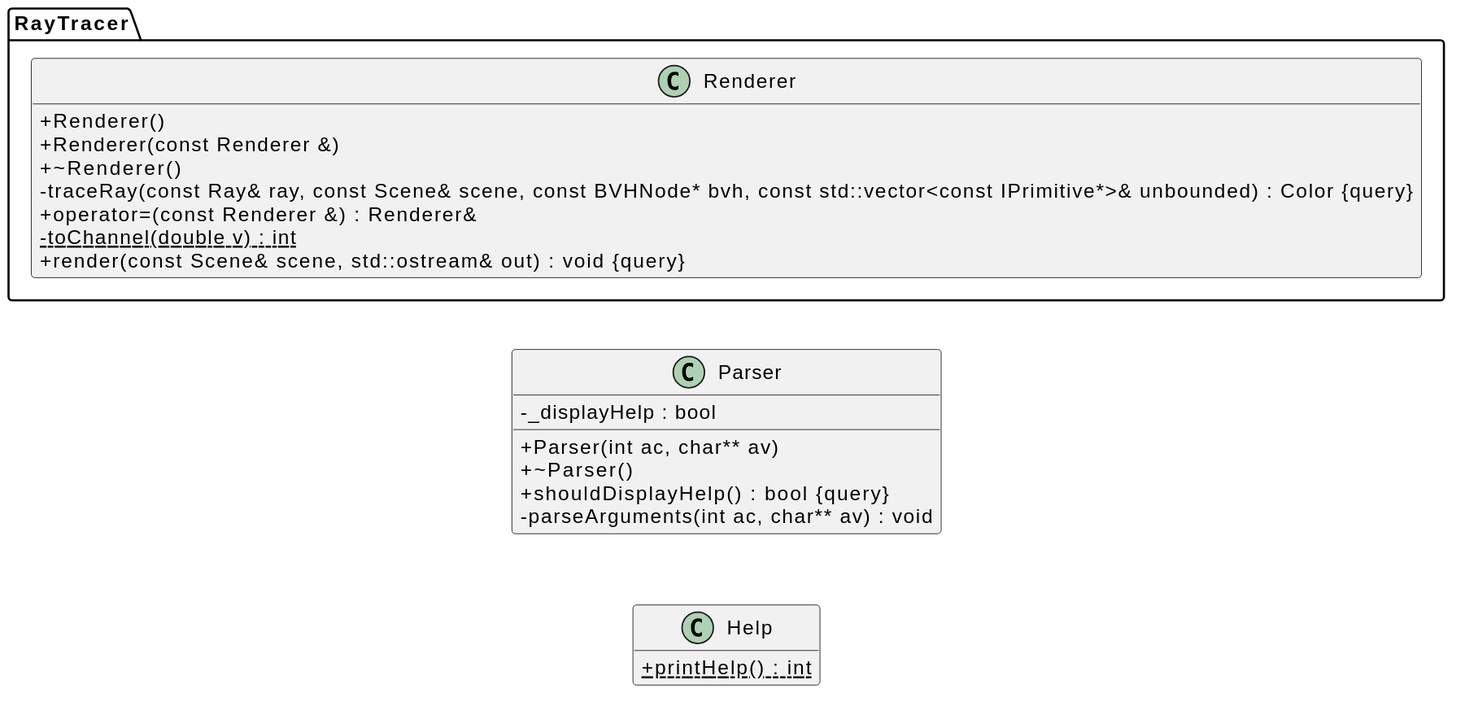
Before: docs/uml/core.svg, a diagram exported from PlantUML (cassydjye/RAYTRACER_CI). Source of this version:
```plantuml
@startuml
skinparam dpi 120
skinparam classAttributeIconSize 0
skinparam nodesep 50
skinparam ranksep 70
skinparam linetype ortho
hide empty members
left to right direction






class Help {
	+{static} printHelp() : int
}


class Parser {
	+Parser(int ac, char** av)
	+~Parser()
	-_displayHelp : bool
	+shouldDisplayHelp() : bool {query}
	-parseArguments(int ac, char** av) : void
}


namespace RayTracer {
	class Renderer {
		+Renderer()
		+Renderer(const Renderer &)
		+~Renderer()
		-traceRay(const Ray& ray, const Scene& scene, const BVHNode* bvh, const std::vector<const IPrimitive*>& unbounded) : Color {query}
		+operator=(const Renderer &) : Renderer&
		-{static} toChannel(double v) : int
		+render(const Scene& scene, std::ostream& out) : void {query}
	}
}














@enduml
```
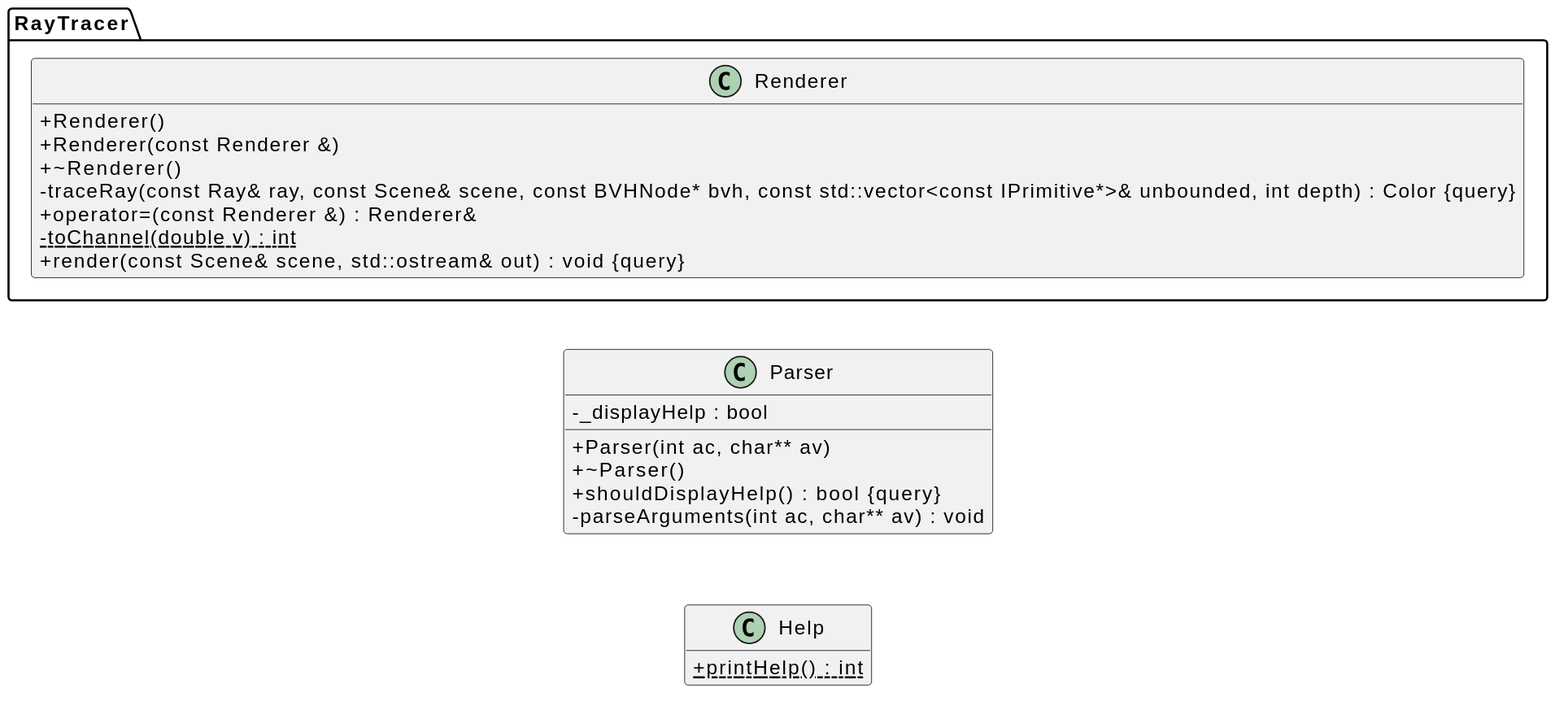
After the change.

Change to the diagram source:
```diff
@@ -31,7 +31,7 @@
 		+Renderer()
 		+Renderer(const Renderer &)
 		+~Renderer()
-		-traceRay(const Ray& ray, const Scene& scene, const BVHNode* bvh, const std::vector<const IPrimitive*>& unbounded) : Color {query}
+		-traceRay(const Ray& ray, const Scene& scene, const BVHNode* bvh, const std::vector<const IPrimitive*>& unbounded, int depth) : Color {query}
 		+operator=(const Renderer &) : Renderer&
 		-{static} toChannel(double v) : int
 		+render(const Scene& scene, std::ostream& out) : void {query}
```
